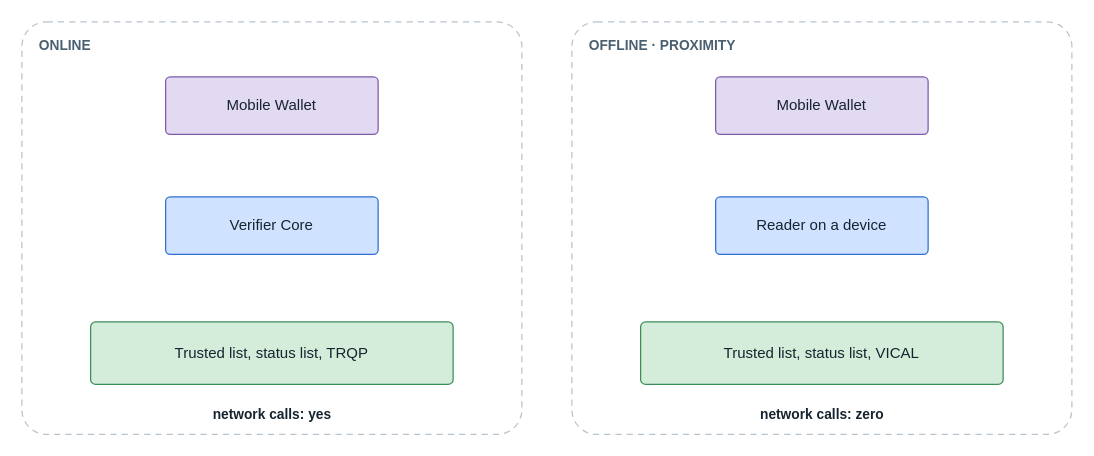
This is images/architecture-framework/data-model-and-protocols/online-and-offline.drawio from id-verifiable-credential-dev/id-doc-idctf, a draw.io file, before an edit. Source tidied: cells renumbered, new cells numbered last; positions are measured from the earlier drawing's top-left corner, leaving out a move shared by most shapes. Both pictures are drawn from the tidied source at 125%, with x=0, y=0 at pixel (21, 21).
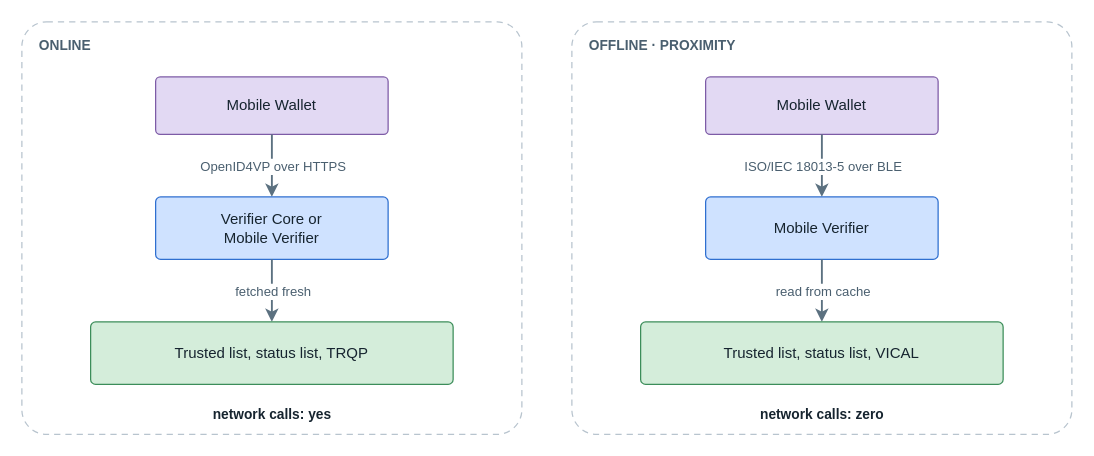
After the change.

What changed in the source:
```diff
@@
     <mxCell id="4" value="Mobile Wallet" style="rounded=1;arcSize=8;fillColor=#e2d9f3;strokeColor=#7d5ba6;fontSize=12;fontColor=#16242f;html=1;whiteSpace=wrap;verticalAlign=middle;" parent="1" vertex="1">
-      <mxGeometry x="115" y="44" width="170" height="46" as="geometry" />
+      <mxGeometry x="107" y="44" width="186" height="46" as="geometry" />
     </mxCell>
-    <mxCell id="5" value="Verifier Core" style="rounded=1;arcSize=8;fillColor=#cfe2ff;strokeColor=#2f6fd0;fontSize=12;fontColor=#16242f;html=1;whiteSpace=wrap;verticalAlign=middle;" parent="1" vertex="1">
-      <mxGeometry x="115" y="140" width="170" height="46" as="geometry" />
-    </mxCell>
-    <mxCell id="6" value="Trusted list, status list, TRQP" style="rounded=1;arcSize=8;fillColor=#d4edda;strokeColor=#3c8d5a;fontSize=12;fontColor=#16242f;html=1;whiteSpace=wrap;verticalAlign=middle;" parent="1" vertex="1">
-      <mxGeometry x="55" y="240" width="290" height="50" as="geometry" />
-    </mxCell>
-    <mxCell id="7" value="network calls: yes" style="text;html=1;strokeColor=none;fillColor=none;align=center;verticalAlign=middle;fontSize=11;fontColor=#16242f;fontStyle=1;" parent="1" vertex="1">
-      <mxGeometry x="90" y="304" width="220" height="20" as="geometry" />
-    </mxCell>
-    <mxCell id="8" value="Mobile Wallet" style="rounded=1;arcSize=8;fillColor=#e2d9f3;strokeColor=#7d5ba6;fontSize=12;fontColor=#16242f;html=1;whiteSpace=wrap;verticalAlign=middle;" parent="1" vertex="1">
-      <mxGeometry x="555" y="44" width="170" height="46" as="geometry" />
-    </mxCell>
-    <mxCell id="9" value="Reader on a device" style="rounded=1;arcSize=8;fillColor=#cfe2ff;strokeColor=#2f6fd0;fontSize=12;fontColor=#16242f;html=1;whiteSpace=wrap;verticalAlign=middle;" parent="1" vertex="1">
-      <mxGeometry x="555" y="140" width="170" height="46" as="geometry" />
-    </mxCell>
+    <mxCell id="12" style="edgeStyle=orthogonalEdgeStyle;rounded=0;orthogonalLoop=1;jettySize=auto;html=1;endArrow=classic;strokeColor=#5c7180;strokeWidth=1.5;" parent="1" edge="1">
+      <mxGeometry relative="1" as="geometry">
+        <mxPoint x="200" y="90" as="sourcePoint" />
+        <mxPoint x="200" y="140" as="targetPoint" />
+        <Array as="points">
+          <mxPoint x="200" y="115" />
+        </Array>
+      </mxGeometry>
+    </mxCell>
+    <mxCell id="13" value="OpenID4VP over HTTPS" style="edgeLabel;html=1;align=center;verticalAlign=middle;fontSize=10.5;fontColor=#4a5f6f;labelBackgroundColor=#ffffff;" parent="12" vertex="1">
+      <mxGeometry relative="1" as="geometry" />
+    </mxCell>
+    <mxCell id="14" value="Verifier Core or&lt;br&gt;Mobile Verifier" style="rounded=1;arcSize=8;fillColor=#cfe2ff;strokeColor=#2f6fd0;fontSize=12;fontColor=#16242f;html=1;whiteSpace=wrap;verticalAlign=middle;" parent="1" vertex="1">
+      <mxGeometry x="107" y="140" width="186" height="50" as="geometry" />
+    </mxCell>
+    <mxCell id="15" style="edgeStyle=orthogonalEdgeStyle;rounded=0;orthogonalLoop=1;jettySize=auto;html=1;endArrow=classic;strokeColor=#5c7180;strokeWidth=1.5;" parent="1" edge="1">
+      <mxGeometry relative="1" as="geometry">
+        <mxPoint x="200" y="190" as="sourcePoint" />
+        <mxPoint x="200" y="240" as="targetPoint" />
+        <Array as="points">
+          <mxPoint x="200" y="215" />
+        </Array>
+      </mxGeometry>
+    </mxCell>
+    <mxCell id="16" value="fetched fresh" style="edgeLabel;html=1;align=center;verticalAlign=middle;fontSize=10.5;fontColor=#4a5f6f;labelBackgroundColor=#ffffff;" parent="15" vertex="1">
+      <mxGeometry relative="1" as="geometry" />
+    </mxCell>
-    <mxCell id="10" value="Trusted list, status list, VICAL" style="rounded=1;arcSize=8;fillColor=#d4edda;strokeColor=#3c8d5a;fontSize=12;fontColor=#16242f;html=1;whiteSpace=wrap;verticalAlign=middle;" parent="1" vertex="1">
-      <mxGeometry x="495" y="240" width="290" height="50" as="geometry" />
+    <mxCell id="10" value="Trusted list, status list, TRQP" style="rounded=1;arcSize=8;fillColor=#d4edda;strokeColor=#3c8d5a;fontSize=12;fontColor=#16242f;html=1;whiteSpace=wrap;verticalAlign=middle;" parent="1" vertex="1">
+      <mxGeometry x="55" y="240" width="290" height="50" as="geometry" />
     </mxCell>
-    <mxCell id="11" value="network calls: zero" style="text;html=1;strokeColor=none;fillColor=none;align=center;verticalAlign=middle;fontSize=11;fontColor=#16242f;fontStyle=1;" parent="1" vertex="1">
-      <mxGeometry x="530" y="304" width="220" height="20" as="geometry" />
+    <mxCell id="11" value="network calls: yes" style="text;html=1;strokeColor=none;fillColor=none;align=center;verticalAlign=middle;fontSize=11;fontColor=#16242f;fontStyle=1;" parent="1" vertex="1">
+      <mxGeometry x="90" y="304" width="220" height="20" as="geometry" />
     </mxCell>
+    <mxCell id="8" value="Mobile Wallet" style="rounded=1;arcSize=8;fillColor=#e2d9f3;strokeColor=#7d5ba6;fontSize=12;fontColor=#16242f;html=1;whiteSpace=wrap;verticalAlign=middle;" parent="1" vertex="1">
+      <mxGeometry x="547" y="44" width="186" height="46" as="geometry" />
+    </mxCell>
+    <mxCell id="17" style="edgeStyle=orthogonalEdgeStyle;rounded=0;orthogonalLoop=1;jettySize=auto;html=1;endArrow=classic;strokeColor=#5c7180;strokeWidth=1.5;" parent="1" edge="1">
+      <mxGeometry relative="1" as="geometry">
+        <mxPoint x="640" y="90" as="sourcePoint" />
+        <mxPoint x="640" y="140" as="targetPoint" />
+        <Array as="points">
+          <mxPoint x="640" y="115" />
+        </Array>
+      </mxGeometry>
+    </mxCell>
+    <mxCell id="18" value="ISO/IEC 18013-5 over BLE" style="edgeLabel;html=1;align=center;verticalAlign=middle;fontSize=10.5;fontColor=#4a5f6f;labelBackgroundColor=#ffffff;" parent="17" vertex="1">
+      <mxGeometry relative="1" as="geometry" />
+    </mxCell>
+    <mxCell id="19" value="Mobile Verifier" style="rounded=1;arcSize=8;fillColor=#cfe2ff;strokeColor=#2f6fd0;fontSize=12;fontColor=#16242f;html=1;whiteSpace=wrap;verticalAlign=middle;" parent="1" vertex="1">
+      <mxGeometry x="547" y="140" width="186" height="50" as="geometry" />
+    </mxCell>
+    <mxCell id="20" style="edgeStyle=orthogonalEdgeStyle;rounded=0;orthogonalLoop=1;jettySize=auto;html=1;endArrow=classic;strokeColor=#5c7180;strokeWidth=1.5;" parent="1" edge="1">
+      <mxGeometry relative="1" as="geometry">
+        <mxPoint x="640" y="190" as="sourcePoint" />
+        <mxPoint x="640" y="240" as="targetPoint" />
+        <Array as="points">
+          <mxPoint x="640" y="215" />
+        </Array>
+      </mxGeometry>
+    </mxCell>
+    <mxCell id="21" value="read from cache" style="edgeLabel;html=1;align=center;verticalAlign=middle;fontSize=10.5;fontColor=#4a5f6f;labelBackgroundColor=#ffffff;" parent="20" vertex="1">
+      <mxGeometry relative="1" as="geometry" />
+    </mxCell>
+    <mxCell id="22" value="Trusted list, status list, VICAL" style="rounded=1;arcSize=8;fillColor=#d4edda;strokeColor=#3c8d5a;fontSize=12;fontColor=#16242f;html=1;whiteSpace=wrap;verticalAlign=middle;" parent="1" vertex="1">
+      <mxGeometry x="495" y="240" width="290" height="50" as="geometry" />
+    </mxCell>
+    <mxCell id="23" value="network calls: zero" style="text;html=1;strokeColor=none;fillColor=none;align=center;verticalAlign=middle;fontSize=11;fontColor=#16242f;fontStyle=1;" parent="1" vertex="1">
+      <mxGeometry x="530" y="304" width="220" height="20" as="geometry" />
+    </mxCell>
```
